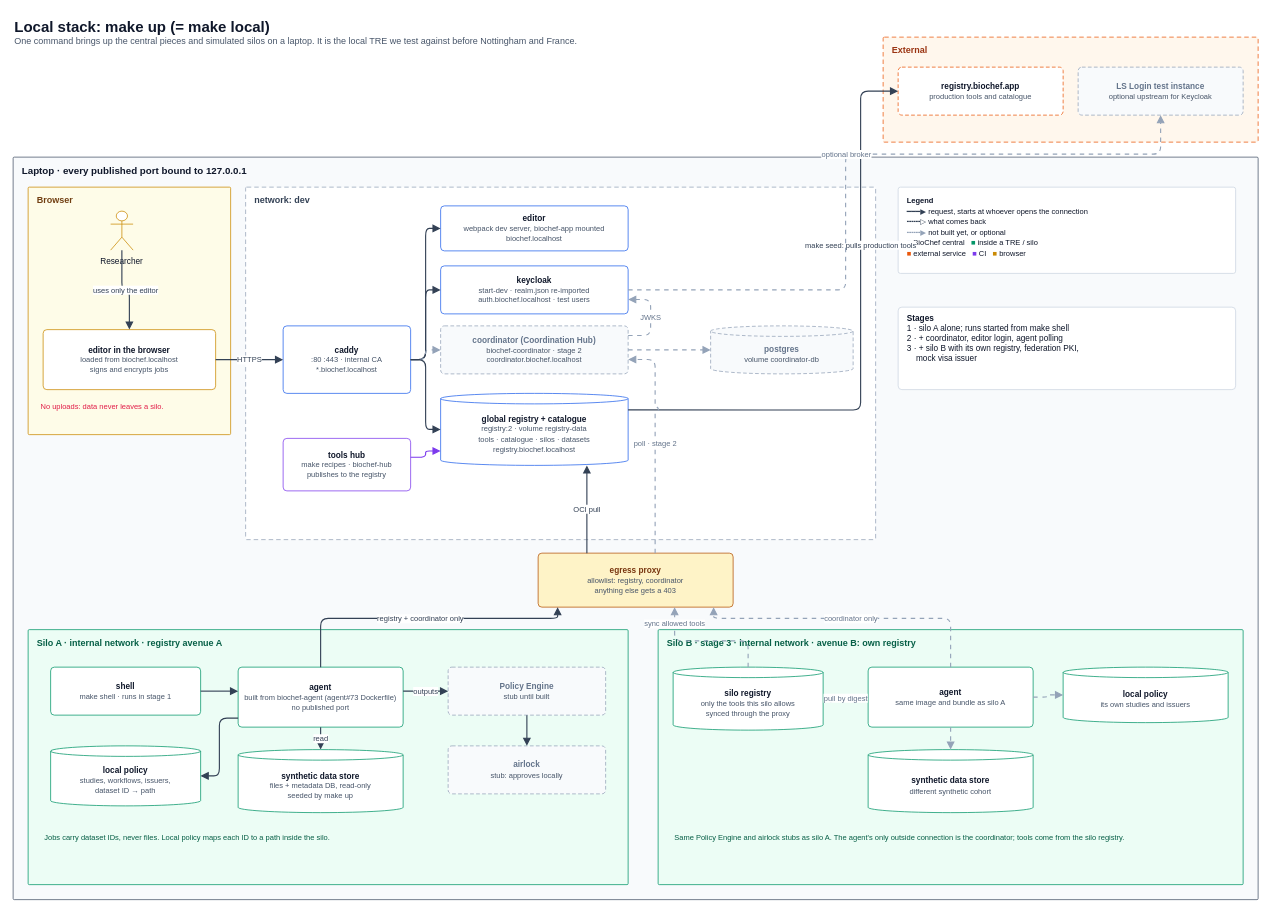
ieeta-pt/biochef-infra keeps this draw.io diagram as docs/diagrams/02-local-stack.drawio. Above is the earlier version. Source tidied: cells renumbered, new cells numbered last; positions are measured from the earlier drawing's top-left corner, leaving out a move shared by most shapes. Both pictures are drawn from the tidied source at 75%, with x=0, y=0 at pixel (13, 13).
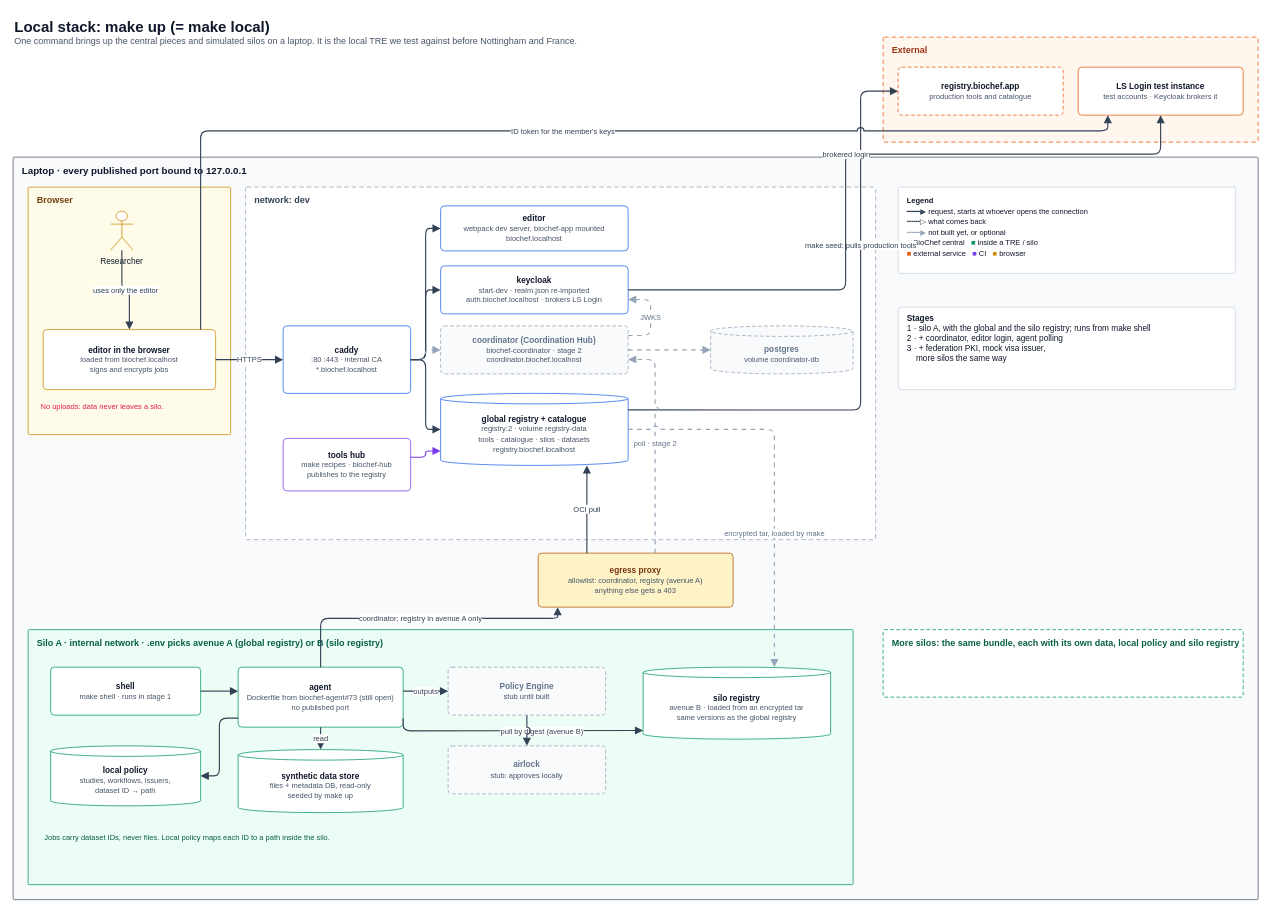
Above is the later version.

Unchanged cells that the change refers to:
```xml
<mxCell id="3" value="External" style="rounded=1;arcSize=3;absoluteArcSize=1;html=1;whiteSpace=wrap;verticalAlign=top;align=left;spacingLeft=10;spacingTop=4;fontSize=12;fontStyle=1;fillColor=#fff7ed;strokeColor=#ea580c;fontColor=#9a3412;dashed=1;dashPattern=6 4;" parent="1" vertex="1">
  <mxGeometry x="1160" y="32" width="500" height="140" as="geometry" />
</mxCell>
<mxCell id="6" value="Laptop · every published port bound to 127.0.0.1" style="rounded=1;arcSize=3;absoluteArcSize=1;html=1;whiteSpace=wrap;verticalAlign=top;align=left;spacingLeft=10;spacingTop=4;fontSize=13;fontStyle=1;fillColor=#f8fafc;strokeColor=#475569;fontColor=#0f172a;" parent="1" vertex="1">
  <mxGeometry y="192" width="1660" height="990" as="geometry" />
</mxCell>
<mxCell id="9" value="&lt;b&gt;editor in the browser&lt;/b&gt;&lt;br&gt;&lt;font style=&quot;font-size:10px&quot; color=&quot;#475569&quot;&gt;loaded from biochef.localhost&lt;/font&gt;&lt;br&gt;&lt;font style=&quot;font-size:10px&quot; color=&quot;#475569&quot;&gt;signs and encrypts jobs&lt;/font&gt;" style="html=1;whiteSpace=wrap;fontSize=11;fillColor=#ffffff;strokeColor=#ca8a04;fontColor=#0f172a;align=center;verticalAlign=middle;spacing=4;rounded=1;arcSize=10;absoluteArcSize=1;" parent="7" vertex="1">
  <mxGeometry x="20" y="190" width="230" height="80" as="geometry" />
</mxCell>
<mxCell id="11" value="network: dev" style="rounded=1;arcSize=3;absoluteArcSize=1;html=1;whiteSpace=wrap;verticalAlign=top;align=left;spacingLeft=10;spacingTop=4;fontSize=12;fontStyle=1;fillColor=#ffffff;strokeColor=#94a3b8;fontColor=#334155;dashed=1;dashPattern=6 4;" parent="6" vertex="1">
  <mxGeometry x="310" y="40" width="840" height="470" as="geometry" />
</mxCell>
<mxCell id="16" value="&lt;b&gt;global registry + catalogue&lt;/b&gt;&lt;br&gt;&lt;font style=&quot;font-size:10px&quot; color=&quot;#475569&quot;&gt;registry:2 · volume registry-data&lt;/font&gt;&lt;br&gt;&lt;font style=&quot;font-size:10px&quot; color=&quot;#475569&quot;&gt;tools · catalogue · silos · datasets&lt;/font&gt;&lt;br&gt;&lt;font style=&quot;font-size:10px&quot; color=&quot;#475569&quot;&gt;registry.biochef.localhost&lt;/font&gt;" style="html=1;whiteSpace=wrap;fontSize=11;fillColor=#ffffff;strokeColor=#2563eb;fontColor=#0f172a;align=center;verticalAlign=middle;spacing=4;shape=cylinder3;boundedLbl=1;backgroundOutline=1;size=7;" parent="11" vertex="1">
  <mxGeometry x="260" y="275" width="250" height="96" as="geometry" />
</mxCell>
```

Change to the diagram source:
```diff
@@
-    <mxCell id="5" value="&lt;b&gt;LS Login test instance&lt;/b&gt;&lt;br&gt;&lt;font style=&quot;font-size:10px&quot; color=&quot;#475569&quot;&gt;optional upstream for Keycloak&lt;/font&gt;" style="html=1;whiteSpace=wrap;fontSize=11;fillColor=#f8fafc;strokeColor=#94a3b8;fontColor=#64748b;align=center;verticalAlign=middle;spacing=4;dashed=1;dashPattern=5 3;rounded=1;arcSize=10;absoluteArcSize=1;" parent="3" vertex="1">
+    <mxCell id="5" value="&lt;b&gt;LS Login test instance&lt;/b&gt;&lt;br&gt;&lt;font style=&quot;font-size:10px&quot; color=&quot;#475569&quot;&gt;test accounts · Keycloak brokers it&lt;/font&gt;" style="html=1;whiteSpace=wrap;fontSize=11;fillColor=#ffffff;strokeColor=#ea580c;fontColor=#0f172a;align=center;verticalAlign=middle;spacing=4;rounded=1;arcSize=10;absoluteArcSize=1;" parent="3" vertex="1">
       <mxGeometry x="260" y="40" width="220" height="64" as="geometry" />
     </mxCell>
@@
-    <mxCell id="14" value="&lt;b&gt;keycloak&lt;/b&gt;&lt;br&gt;&lt;font style=&quot;font-size:10px&quot; color=&quot;#475569&quot;&gt;start-dev · realm.json re-imported&lt;/font&gt;&lt;br&gt;&lt;font style=&quot;font-size:10px&quot; color=&quot;#475569&quot;&gt;auth.biochef.localhost · test users&lt;/font&gt;" style="html=1;whiteSpace=wrap;fontSize=11;fillColor=#ffffff;strokeColor=#2563eb;fontColor=#0f172a;align=center;verticalAlign=middle;spacing=4;rounded=1;arcSize=10;absoluteArcSize=1;" parent="11" vertex="1">
+    <mxCell id="14" value="&lt;b&gt;keycloak&lt;/b&gt;&lt;br&gt;&lt;font style=&quot;font-size:10px&quot; color=&quot;#475569&quot;&gt;start-dev · realm.json re-imported&lt;/font&gt;&lt;br&gt;&lt;font style=&quot;font-size:10px&quot; color=&quot;#475569&quot;&gt;auth.biochef.localhost · brokers LS Login&lt;/font&gt;" style="html=1;whiteSpace=wrap;fontSize=11;fillColor=#ffffff;strokeColor=#2563eb;fontColor=#0f172a;align=center;verticalAlign=middle;spacing=4;rounded=1;arcSize=10;absoluteArcSize=1;" parent="11" vertex="1">
       <mxGeometry x="260" y="105" width="250" height="64" as="geometry" />
     </mxCell>
@@
-    <mxCell id="19" value="&lt;b&gt;egress proxy&lt;/b&gt;&lt;br&gt;&lt;font style=&quot;font-size:10px&quot; color=&quot;#475569&quot;&gt;allowlist: registry, coordinator&lt;/font&gt;&lt;br&gt;&lt;font style=&quot;font-size:10px&quot; color=&quot;#475569&quot;&gt;anything else gets a 403&lt;/font&gt;" style="html=1;whiteSpace=wrap;fontSize=11;fillColor=#fef3c7;strokeColor=#b45309;fontColor=#78350f;align=center;verticalAlign=middle;spacing=4;rounded=1;arcSize=10;absoluteArcSize=1;" parent="6" vertex="1">
+    <mxCell id="19" value="&lt;b&gt;egress proxy&lt;/b&gt;&lt;br&gt;&lt;font style=&quot;font-size:10px&quot; color=&quot;#475569&quot;&gt;allowlist: coordinator, registry (avenue A)&lt;/font&gt;&lt;br&gt;&lt;font style=&quot;font-size:10px&quot; color=&quot;#475569&quot;&gt;anything else gets a 403&lt;/font&gt;" style="html=1;whiteSpace=wrap;fontSize=11;fillColor=#fef3c7;strokeColor=#b45309;fontColor=#78350f;align=center;verticalAlign=middle;spacing=4;rounded=1;arcSize=10;absoluteArcSize=1;" parent="6" vertex="1">
       <mxGeometry x="700" y="528" width="260" height="72" as="geometry" />
     </mxCell>
-    <mxCell id="20" value="Silo A · internal network · registry avenue A" style="rounded=1;arcSize=3;absoluteArcSize=1;html=1;whiteSpace=wrap;verticalAlign=top;align=left;spacingLeft=10;spacingTop=4;fontSize=12;fontStyle=1;fillColor=#ecfdf5;strokeColor=#059669;fontColor=#065f46;" parent="6" vertex="1">
-      <mxGeometry x="20" y="630" width="800" height="340" as="geometry" />
+    <mxCell id="20" value="Silo A · internal network · .env picks avenue A (global registry) or B (silo registry)" style="rounded=1;arcSize=3;absoluteArcSize=1;html=1;whiteSpace=wrap;verticalAlign=top;align=left;spacingLeft=10;spacingTop=4;fontSize=12;fontStyle=1;fillColor=#ecfdf5;strokeColor=#059669;fontColor=#065f46;" parent="6" vertex="1">
+      <mxGeometry x="20" y="630" width="1100" height="340" as="geometry" />
     </mxCell>
@@
-    <mxCell id="22" value="&lt;b&gt;agent&lt;/b&gt;&lt;br&gt;&lt;font style=&quot;font-size:10px&quot; color=&quot;#475569&quot;&gt;built from biochef-agent (agent#73 Dockerfile)&lt;/font&gt;&lt;br&gt;&lt;font style=&quot;font-size:10px&quot; color=&quot;#475569&quot;&gt;no published port&lt;/font&gt;" style="html=1;whiteSpace=wrap;fontSize=11;fillColor=#ffffff;strokeColor=#059669;fontColor=#0f172a;align=center;verticalAlign=middle;spacing=4;rounded=1;arcSize=10;absoluteArcSize=1;" parent="20" vertex="1">
+    <mxCell id="22" value="&lt;b&gt;agent&lt;/b&gt;&lt;br&gt;&lt;font style=&quot;font-size:10px&quot; color=&quot;#475569&quot;&gt;Dockerfile from biochef-agent#73 (still open)&lt;/font&gt;&lt;br&gt;&lt;font style=&quot;font-size:10px&quot; color=&quot;#475569&quot;&gt;no published port&lt;/font&gt;" style="html=1;whiteSpace=wrap;fontSize=11;fillColor=#ffffff;strokeColor=#059669;fontColor=#0f172a;align=center;verticalAlign=middle;spacing=4;rounded=1;arcSize=10;absoluteArcSize=1;" parent="20" vertex="1">
       <mxGeometry x="280" y="50" width="220" height="80" as="geometry" />
     </mxCell>
@@
-    <mxCell id="28" value="Silo B · stage 3 · internal network · avenue B: own registry" style="rounded=1;arcSize=3;absoluteArcSize=1;html=1;whiteSpace=wrap;verticalAlign=top;align=left;spacingLeft=10;spacingTop=4;fontSize=12;fontStyle=1;fillColor=#ecfdf5;strokeColor=#059669;fontColor=#065f46;" parent="6" vertex="1">
-      <mxGeometry x="860" y="630" width="780" height="340" as="geometry" />
+    <mxCell id="28" value="More silos: the same bundle, each with its own data, local policy and silo registry" style="rounded=1;arcSize=3;absoluteArcSize=1;html=1;whiteSpace=wrap;verticalAlign=top;align=left;spacingLeft=10;spacingTop=4;fontSize=12;fontStyle=1;fillColor=#ffffff;dashed=1;dashPattern=5 3;strokeColor=#059669;fontColor=#065f46;" parent="6" vertex="1">
+      <mxGeometry x="1160" y="630" width="480" height="90" as="geometry" />
     </mxCell>
-    <mxCell id="29" value="&lt;b&gt;silo registry&lt;/b&gt;&lt;br&gt;&lt;font style=&quot;font-size:10px&quot; color=&quot;#475569&quot;&gt;only the tools this silo allows&lt;/font&gt;&lt;br&gt;&lt;font style=&quot;font-size:10px&quot; color=&quot;#475569&quot;&gt;synced through the proxy&lt;/font&gt;" style="html=1;whiteSpace=wrap;fontSize=11;fillColor=#ffffff;strokeColor=#059669;fontColor=#0f172a;align=center;verticalAlign=middle;spacing=4;shape=cylinder3;boundedLbl=1;backgroundOutline=1;size=7;" parent="28" vertex="1">
-      <mxGeometry x="20" y="50" width="200" height="84" as="geometry" />
+    <mxCell id="29" value="&lt;b&gt;silo registry&lt;/b&gt;&lt;br&gt;&lt;font style=&quot;font-size:10px&quot; color=&quot;#475569&quot;&gt;avenue B · loaded from an encrypted tar&lt;/font&gt;&lt;br&gt;&lt;font style=&quot;font-size:10px&quot; color=&quot;#475569&quot;&gt;same versions as the global registry&lt;/font&gt;" style="html=1;whiteSpace=wrap;fontSize=11;fillColor=#ffffff;strokeColor=#059669;fontColor=#0f172a;align=center;verticalAlign=middle;spacing=4;shape=cylinder3;boundedLbl=1;backgroundOutline=1;size=7;" parent="20" vertex="1">
+      <mxGeometry x="820" y="50" width="250" height="96" as="geometry" />
     </mxCell>
-    <mxCell id="30" value="&lt;b&gt;agent&lt;/b&gt;&lt;br&gt;&lt;font style=&quot;font-size:10px&quot; color=&quot;#475569&quot;&gt;same image and bundle as silo A&lt;/font&gt;" style="html=1;whiteSpace=wrap;fontSize=11;fillColor=#ffffff;strokeColor=#059669;fontColor=#0f172a;align=center;verticalAlign=middle;spacing=4;rounded=1;arcSize=10;absoluteArcSize=1;" parent="28" vertex="1">
-      <mxGeometry x="280" y="50" width="220" height="80" as="geometry" />
-    </mxCell>
-    <mxCell id="31" value="&lt;b&gt;local policy&lt;/b&gt;&lt;br&gt;&lt;font style=&quot;font-size:10px&quot; color=&quot;#475569&quot;&gt;its own studies and issuers&lt;/font&gt;" style="html=1;whiteSpace=wrap;fontSize=11;fillColor=#ffffff;strokeColor=#059669;fontColor=#0f172a;align=center;verticalAlign=middle;spacing=4;shape=cylinder3;boundedLbl=1;backgroundOutline=1;size=7;" parent="28" vertex="1">
-      <mxGeometry x="540" y="50" width="220" height="74" as="geometry" />
-    </mxCell>
-    <mxCell id="32" value="&lt;b&gt;synthetic data store&lt;/b&gt;&lt;br&gt;&lt;font style=&quot;font-size:10px&quot; color=&quot;#475569&quot;&gt;different synthetic cohort&lt;/font&gt;" style="html=1;whiteSpace=wrap;fontSize=11;fillColor=#ffffff;strokeColor=#059669;fontColor=#0f172a;align=center;verticalAlign=middle;spacing=4;shape=cylinder3;boundedLbl=1;backgroundOutline=1;size=7;" parent="28" vertex="1">
-      <mxGeometry x="280" y="160" width="220" height="84" as="geometry" />
-    </mxCell>
-    <mxCell id="33" value="Same Policy Engine and airlock stubs as silo A. The agent's only outside connection is the coordinator; tools come from the silo registry." style="text;html=1;whiteSpace=wrap;fontSize=10;align=left;verticalAlign=top;fontColor=#065f46;spacing=2;" parent="28" vertex="1">
-      <mxGeometry x="20" y="265" width="740" height="40" as="geometry" />
-    </mxCell>
@@
-    <mxCell id="35" value="&lt;b&gt;Stages&lt;/b&gt;&lt;div&gt;1 · silo A alone; runs started from make shell&lt;/div&gt;&lt;div&gt;2 · + coordinator, editor login, agent polling&lt;/div&gt;&lt;div&gt;3 · + silo B with its own registry, federation PKI,&lt;/div&gt;&lt;div&gt;&amp;nbsp;&amp;nbsp;&amp;nbsp;&amp;nbsp;mock visa issuer&lt;/div&gt;" style="html=1;whiteSpace=wrap;fontSize=11;fillColor=#ffffff;strokeColor=#334155;fontColor=#0f172a;align=left;verticalAlign=middle;spacing=4;rounded=1;arcSize=10;absoluteArcSize=1;verticalAlign=top;spacingLeft=8;strokeColor=#cbd5e1;" parent="6" vertex="1">
+    <mxCell id="35" value="&lt;b&gt;Stages&lt;/b&gt;&lt;div&gt;1 · silo A, with the global and the silo registry; runs from make shell&lt;/div&gt;&lt;div&gt;2 · + coordinator, editor login, agent polling&lt;/div&gt;&lt;div&gt;3 · + federation PKI, mock visa issuer,&lt;/div&gt;&lt;div&gt;&amp;nbsp;&amp;nbsp;&amp;nbsp;&amp;nbsp;more silos the same way&lt;/div&gt;" style="html=1;whiteSpace=wrap;fontSize=11;fillColor=#ffffff;strokeColor=#334155;fontColor=#0f172a;align=left;verticalAlign=middle;spacing=4;rounded=1;arcSize=10;absoluteArcSize=1;verticalAlign=top;spacingLeft=8;strokeColor=#cbd5e1;" parent="6" vertex="1">
       <mxGeometry x="1180" y="200" width="450" height="110" as="geometry" />
     </mxCell>
@@
-    <mxCell id="46" value="optional broker" style="html=1;rounded=1;fontSize=10;labelBackgroundColor=#ffffff;strokeWidth=1.5;endSize=7;jumpStyle=arc;jumpSize=8;edgeStyle=orthogonalEdgeStyle;jettySize=auto;endArrow=block;endFill=1;dashed=1;dashPattern=4 4;strokeColor=#94a3b8;fontColor=#64748b;exitX=1;exitY=0.5;exitDx=0;exitDy=0;entryX=0.5;entryY=1;entryDx=0;entryDy=0;" parent="1" edge="1" source="14" target="5">
+    <mxCell id="46" value="brokered login" style="html=1;rounded=1;fontSize=10;labelBackgroundColor=#ffffff;strokeWidth=1.5;endSize=7;jumpStyle=arc;jumpSize=8;edgeStyle=orthogonalEdgeStyle;jettySize=auto;endArrow=block;endFill=1;strokeColor=#334155;fontColor=#334155;exitX=1;exitY=0.5;exitDx=0;exitDy=0;entryX=0.5;entryY=1;entryDx=0;entryDy=0;" parent="1" edge="1" source="14" target="5">
       <mxGeometry relative="1" as="geometry">
         <Array as="points">
           <mxPoint x="1110" y="369" />
           <mxPoint x="1110" y="188" />
           <mxPoint x="1530" y="188" />
         </Array>
       </mxGeometry>
     </mxCell>
+    <mxCell id="60" value="ID token for the member's keys" style="html=1;rounded=1;fontSize=10;labelBackgroundColor=#ffffff;strokeWidth=1.5;endSize=7;jumpStyle=arc;jumpSize=8;edgeStyle=orthogonalEdgeStyle;jettySize=auto;endArrow=block;endFill=1;strokeColor=#334155;fontColor=#334155;exitX=0.913;exitY=0;exitDx=0;exitDy=0;entryX=0.18;entryY=1;entryDx=0;entryDy=0;" parent="1" edge="1" source="9" target="5">
+      <mxGeometry relative="1" as="geometry">
+        <Array as="points">
+          <mxPoint x="250" y="157" />
+          <mxPoint x="1460" y="157" />
+        </Array>
+      </mxGeometry>
+    </mxCell>
@@
-    <mxCell id="49" value="registry + coordinator only" style="html=1;rounded=1;fontSize=10;labelBackgroundColor=#ffffff;strokeWidth=1.5;endSize=7;jumpStyle=arc;jumpSize=8;edgeStyle=orthogonalEdgeStyle;jettySize=auto;endArrow=block;endFill=1;strokeColor=#334155;fontColor=#334155;exitX=0.5;exitY=0;exitDx=0;exitDy=0;entryX=0.1;entryY=1;entryDx=0;entryDy=0;" parent="1" edge="1" source="22" target="19">
+    <mxCell id="49" value="coordinator; registry in avenue A only" style="html=1;rounded=1;fontSize=10;labelBackgroundColor=#ffffff;strokeWidth=1.5;endSize=7;jumpStyle=arc;jumpSize=8;edgeStyle=orthogonalEdgeStyle;jettySize=auto;endArrow=block;endFill=1;strokeColor=#334155;fontColor=#334155;exitX=0.5;exitY=0;exitDx=0;exitDy=0;entryX=0.1;entryY=1;entryDx=0;entryDy=0;" parent="1" edge="1" source="22" target="19">
       <mxGeometry relative="1" as="geometry">
         <Array as="points">
           <mxPoint x="410" y="807" />
           <mxPoint x="726" y="807" />
         </Array>
       </mxGeometry>
     </mxCell>
-    <mxCell id="50" value="coordinator only" style="html=1;rounded=1;fontSize=10;labelBackgroundColor=#ffffff;strokeWidth=1.5;endSize=7;jumpStyle=arc;jumpSize=8;edgeStyle=orthogonalEdgeStyle;jettySize=auto;endArrow=block;endFill=1;dashed=1;dashPattern=4 4;strokeColor=#94a3b8;fontColor=#64748b;exitX=0.5;exitY=0;exitDx=0;exitDy=0;entryX=0.9;entryY=1;entryDx=0;entryDy=0;" parent="1" edge="1" source="30" target="19">
-      <mxGeometry relative="1" as="geometry">
-        <Array as="points">
-          <mxPoint x="1250" y="807" />
-          <mxPoint x="934" y="807" />
-        </Array>
-      </mxGeometry>
-    </mxCell>
-    <mxCell id="51" value="sync allowed tools" style="html=1;rounded=1;fontSize=10;labelBackgroundColor=#ffffff;strokeWidth=1.5;endSize=7;jumpStyle=arc;jumpSize=8;edgeStyle=orthogonalEdgeStyle;jettySize=auto;endArrow=block;endFill=1;dashed=1;dashPattern=4 4;strokeColor=#94a3b8;fontColor=#64748b;exitX=0.5;exitY=0;exitDx=0;exitDy=0;entryX=0.7;entryY=1;entryDx=0;entryDy=0;" parent="1" edge="1" source="29" target="19">
-      <mxGeometry x="0.75" relative="1" as="geometry">
+    <mxCell id="51" value="encrypted tar, loaded by make" style="html=1;rounded=1;fontSize=10;labelBackgroundColor=#ffffff;strokeWidth=1.5;endSize=7;jumpStyle=arc;jumpSize=8;edgeStyle=orthogonalEdgeStyle;jettySize=auto;endArrow=block;endFill=1;dashed=1;dashPattern=4 4;strokeColor=#94a3b8;fontColor=#64748b;exitX=1;exitY=0.5;exitDx=0;exitDy=0;entryX=0.7;entryY=0;entryDx=0;entryDy=0;" parent="1" edge="1" source="16" target="29">
+      <mxGeometry x="0.3" relative="1" as="geometry">
         <Array as="points">
-          <mxPoint x="980" y="837" />
-          <mxPoint x="882" y="837" />
+          <mxPoint x="1015" y="555" />
         </Array>
       </mxGeometry>
     </mxCell>
-    <mxCell id="52" value="pull by digest" style="html=1;rounded=1;fontSize=10;labelBackgroundColor=#ffffff;strokeWidth=1.5;endSize=7;jumpStyle=arc;jumpSize=8;edgeStyle=orthogonalEdgeStyle;jettySize=auto;endArrow=block;endFill=1;dashed=1;dashPattern=4 4;strokeColor=#94a3b8;fontColor=#64748b;exitX=0;exitY=0.5;exitDx=0;exitDy=0;entryX=1;entryY=0.5;entryDx=0;entryDy=0;" parent="1" edge="1" source="30" target="29">
-      <mxGeometry relative="1" as="geometry" />
-    </mxCell>
-    <mxCell id="53" style="html=1;rounded=1;fontSize=10;labelBackgroundColor=#ffffff;strokeWidth=1.5;endSize=7;jumpStyle=arc;jumpSize=8;edgeStyle=orthogonalEdgeStyle;jettySize=auto;endArrow=block;endFill=1;dashed=1;dashPattern=4 4;strokeColor=#94a3b8;fontColor=#64748b;exitX=1;exitY=0.5;exitDx=0;exitDy=0;entryX=0;entryY=0.5;entryDx=0;entryDy=0;" parent="1" edge="1" source="30" target="31">
-      <mxGeometry relative="1" as="geometry" />
-    </mxCell>
-    <mxCell id="54" style="html=1;rounded=1;fontSize=10;labelBackgroundColor=#ffffff;strokeWidth=1.5;endSize=7;jumpStyle=arc;jumpSize=8;edgeStyle=orthogonalEdgeStyle;jettySize=auto;endArrow=block;endFill=1;dashed=1;dashPattern=4 4;strokeColor=#94a3b8;fontColor=#64748b;exitX=0.5;exitY=1;exitDx=0;exitDy=0;entryX=0.5;entryY=0;entryDx=0;entryDy=0;" parent="1" edge="1" source="30" target="32">
-      <mxGeometry relative="1" as="geometry" />
-    </mxCell>
@@
+    <mxCell id="61" value="pull by digest (avenue B)" style="exitX=1;exitY=0.85;exitDx=0;exitDy=0;entryX=0;entryY=0.88;entryDx=0;entryDy=0;html=1;rounded=1;fontSize=10;labelBackgroundColor=#ffffff;strokeWidth=1.5;endSize=7;jumpStyle=arc;jumpSize=8;edgeStyle=orthogonalEdgeStyle;jettySize=auto;endArrow=block;endFill=1;strokeColor=#334155;fontColor=#334155;" parent="1" edge="1" source="22" target="29">
+      <mxGeometry x="0.2" relative="1" as="geometry">
+        <Array as="points">
+          <mxPoint x="540" y="957" />
+          <mxPoint x="820" y="957" />
+        </Array>
+      </mxGeometry>
+    </mxCell>
```
